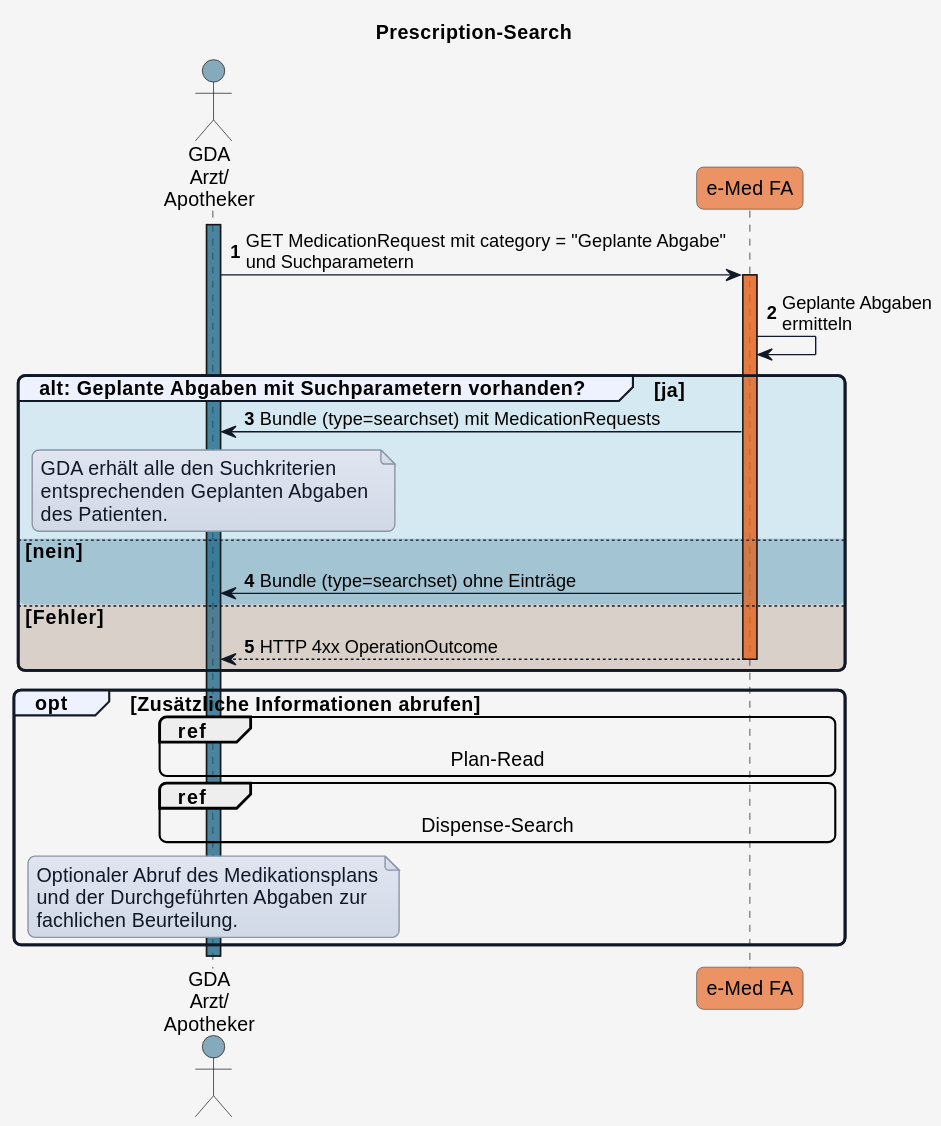
Before: r4-ELGA-e-Medikation-main/plantuml/UC_eMed_03_01.svg, a diagram exported from PlantUML (HL7Austria/hl7austria.github.io). The source it was exported from:
```plantuml
@startuml
title Prescription-Search


skinparam borderColor #000000
skinparam backgroundColor #f5f5f5
skinparam shadowing false
skinparam roundCorner 10
skinparam defaultFontName "Arial"
skinparam defaultFontSize 14
skinparam defaultFontColor #000000
skinparam HyperlinkColor #0000EE
skinparam HyperlinkUnderline false
skinparam BoxPadding 20
skinparam BoxBorderColor #555555

skinparam note {
  BackgroundColor #e0e5f0-#d1d9e6
  BorderColor #8b95a5
  BorderThickness 1
  RoundCorner 0
  Padding 6
  FontColor #111827
  Shadowing false
}

skinparam sequence {
  ParticipantBorderColor #555555
  ParticipantFontColor #000000
  ParticipantFontSize 14
  ParticipantPadding 20
  ArrowColor #111827
  ArrowThickness 1
  ArrowFontColor #000000
  ArrowFontSize 13
  GroupBorderColor #111827
  GroupBackgroundColor #eef2ff
  GroupBorderThickness 2
}

!define COLOR_GDA_1    #15608280
!define COLOR_GDA_2    #96607D80
!define COLOR_PATIENT  #196B2480
!define COLOR_APO      #0F9ED590
!define COLOR_EMED_FA  #e97232bd
!define COLOR_E_REZEPT #cd3732a9

!define COLOR_OK       #0F9ED525
!define COLOR_OK_2     #34738d4e
!define COLOR_ERROR    #E9713235

actor GDA_1 as "GDA\nArzt/\nApotheker" COLOR_GDA_1
participant eMed_FA as "e-Med FA" COLOR_EMED_FA

autonumber






activate GDA_1 COLOR_GDA_1

GDA_1 -> eMed_FA: GET MedicationRequest mit category = "Geplante Abgabe"\nund Suchparametern


activate eMed_FA COLOR_EMED_FA

eMed_FA -> eMed_FA: Geplante Abgaben\nermitteln

group COLOR_OK alt: Geplante Abgaben mit Suchparametern vorhanden? [ja]
  eMed_FA -> GDA_1: Bundle (type=searchset) mit MedicationRequests

  note over GDA_1
  GDA erhält alle den Suchkriterien
  entsprechenden Geplanten Abgaben
  des Patienten.
  end note

else COLOR_OK_2 nein
  eMed_FA -> GDA_1: Bundle (type=searchset) ohne Einträge

else COLOR_ERROR Fehler
  eMed_FA --> GDA_1: HTTP 4xx OperationOutcome
  deactivate eMed_FA

end


opt Zusätzliche Informationen abrufen

    ref over GDA_1,eMed_FA
    Plan-Read
    end ref

    ref over GDA_1,eMed_FA
    Dispense-Search
    end ref

    note over GDA_1
    Optionaler Abruf des Medikationsplans
    und der Durchgeführten Abgaben zur
    fachlichen Beurteilung.
    end note

end
@enduml
```
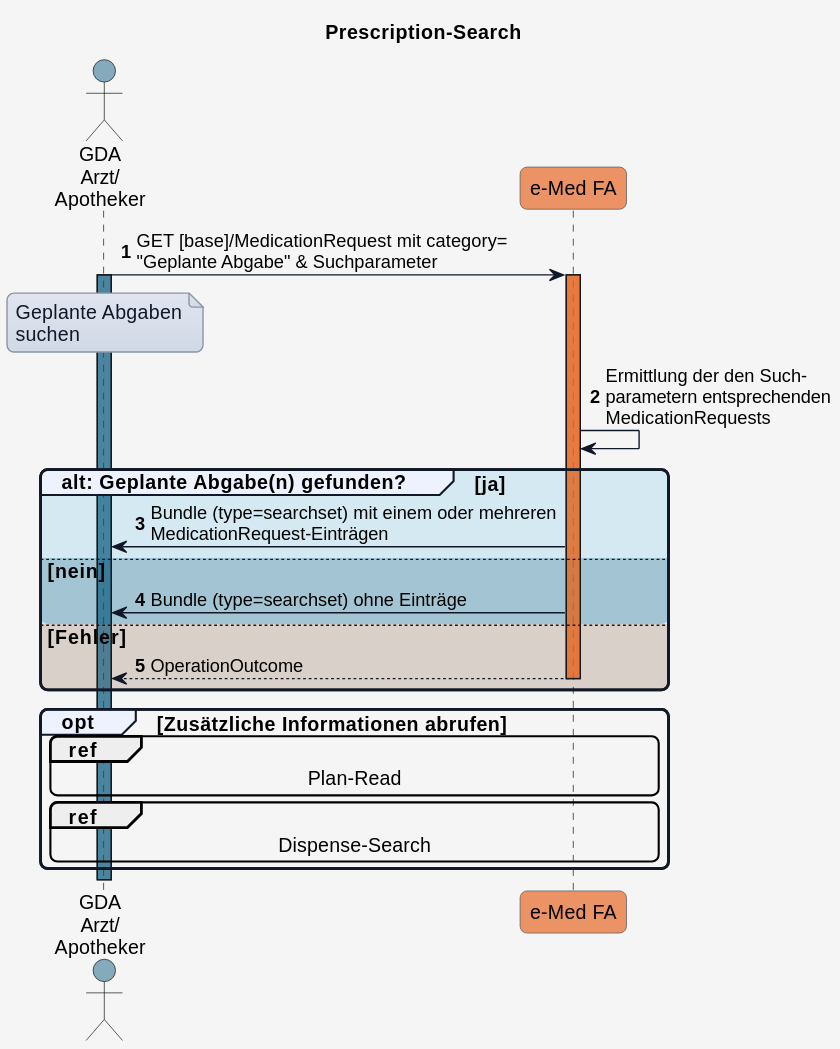
After the change.

What changed in the source:
```diff
@@ -54,34 +54,24 @@
 
 autonumber
 
-
-
-
-
-
+GDA_1 -> eMed_FA: GET [base]/MedicationRequest mit category=\n"Geplante Abgabe" & Suchparameter
 activate GDA_1 COLOR_GDA_1
-
-GDA_1 -> eMed_FA: GET MedicationRequest mit category = "Geplante Abgabe"\nund Suchparametern
-
-
 activate eMed_FA COLOR_EMED_FA
 
-eMed_FA -> eMed_FA: Geplante Abgaben\nermitteln
+note over GDA_1
+Geplante Abgaben
+suchen
+end note
 
-group COLOR_OK alt: Geplante Abgaben mit Suchparametern vorhanden? [ja]
-  eMed_FA -> GDA_1: Bundle (type=searchset) mit MedicationRequests
-
-  note over GDA_1
-  GDA erhält alle den Suchkriterien
-  entsprechenden Geplanten Abgaben
-  des Patienten.
-  end note
+eMed_FA -> eMed_FA: Ermittlung der den Such-\nparametern entsprechenden\nMedicationRequests
+group COLOR_OK alt: Geplante Abgabe(n) gefunden? [ja]
+  eMed_FA -> GDA_1: Bundle (type=searchset) mit einem oder mehreren\nMedicationRequest-Einträgen
 
 else COLOR_OK_2 nein
   eMed_FA -> GDA_1: Bundle (type=searchset) ohne Einträge
 
 else COLOR_ERROR Fehler
-  eMed_FA --> GDA_1: HTTP 4xx OperationOutcome
+  eMed_FA --> GDA_1: OperationOutcome
   deactivate eMed_FA
 
 end
@@ -97,11 +87,5 @@
     Dispense-Search
     end ref
 
-    note over GDA_1
-    Optionaler Abruf des Medikationsplans
-    und der Durchgeführten Abgaben zur
-    fachlichen Beurteilung.
-    end note
-
 end
 @enduml
```
